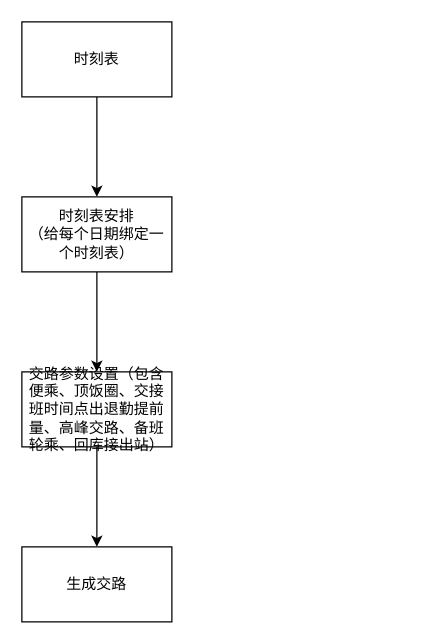
The draw.io diagram 乘务系统.drawio in aspojo/diagrams, before the edit. Source tidied: cells renumbered, new cells numbered last; positions are measured from the earlier drawing's top-left corner, leaving out a move shared by most shapes. Both pictures are drawn from the tidied source at 125%, with x=0, y=0 at pixel (21, 21).
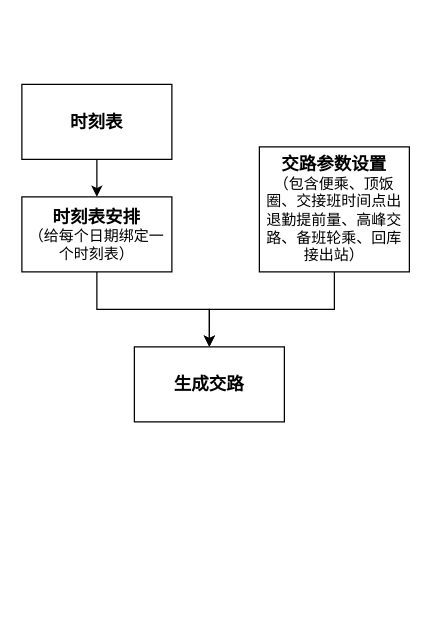
Above is the later version.

Commit message (it also covers changes not shown here):
更新乘务系统.drawio

Diff of the diagram source:
```diff
@@
 <mxGraphModel>
   <root>
     <mxCell id="0" />
     <mxCell id="1" parent="0" />
     <mxCell id="2" style="edgeStyle=orthogonalEdgeStyle;rounded=0;jettySize=auto;html=1;" parent="1" edge="1" source="3" target="5">
       <mxGeometry relative="1" as="geometry" />
     </mxCell>
-    <mxCell id="3" value="时刻表" style="rounded=0;whiteSpace=wrap;html=1;" parent="1" vertex="1">
-      <mxGeometry width="120" height="60" as="geometry" />
+    <mxCell id="3" value="时刻表" style="rounded=0;whiteSpace=wrap;html=1;fontSize=14;fontStyle=1;" parent="1" vertex="1">
+      <mxGeometry y="50" width="120" height="60" as="geometry" />
     </mxCell>
-    <mxCell id="4" style="edgeStyle=orthogonalEdgeStyle;rounded=0;jettySize=auto;html=1;" parent="1" edge="1" source="5" target="7">
+    <mxCell id="4" style="edgeStyle=orthogonalEdgeStyle;rounded=0;jettySize=auto;html=1;" parent="1" edge="1" source="5" target="8">
       <mxGeometry relative="1" as="geometry" />
     </mxCell>
-    <mxCell id="5" value="时刻表安排&lt;div&gt;（给每个日期绑定一个时刻表）&lt;/div&gt;" style="rounded=0;whiteSpace=wrap;html=1;" parent="1" vertex="1">
+    <mxCell id="5" value="&lt;b&gt;&lt;font style=&quot;font-size: 14px;&quot;&gt;时刻表安排&lt;/font&gt;&lt;/b&gt;&lt;div&gt;（给每个日期绑定一个时刻表）&lt;/div&gt;" style="rounded=0;whiteSpace=wrap;html=1;" parent="1" vertex="1">
       <mxGeometry y="140" width="120" height="60" as="geometry" />
     </mxCell>
-    <mxCell id="6" style="edgeStyle=orthogonalEdgeStyle;rounded=0;jettySize=auto;html=1;" parent="1" edge="1" source="7" target="8">
+    <mxCell id="6" style="edgeStyle=orthogonalEdgeStyle;rounded=0;jettySize=auto;html=1;exitX=0.5;exitY=1;exitDx=0;exitDy=0;" parent="1" edge="1" source="7" target="8">
       <mxGeometry relative="1" as="geometry" />
     </mxCell>
-    <mxCell id="7" value="交路参数设置（包含便乘、顶饭圈、交接班时间点出退勤提前量、高峰交路、备班轮乘、回库接出站）" style="rounded=0;whiteSpace=wrap;html=1;" parent="1" vertex="1">
-      <mxGeometry y="280" width="120" height="60" as="geometry" />
+    <mxCell id="7" value="&lt;b&gt;&lt;font style=&quot;font-size: 14px;&quot;&gt;交路参数设置&lt;/font&gt;&lt;/b&gt;&lt;div&gt;（包含便乘、顶饭圈、交接班时间点出退勤提前量、高峰交路、备班轮乘、回库接出站）&lt;/div&gt;" style="rounded=0;whiteSpace=wrap;html=1;" parent="1" vertex="1">
+      <mxGeometry x="190" y="100" width="120" height="100" as="geometry" />
     </mxCell>
-    <mxCell id="8" value="生成交路" style="rounded=0;whiteSpace=wrap;html=1;" parent="1" vertex="1">
-      <mxGeometry y="420" width="120" height="60" as="geometry" />
+    <mxCell id="8" value="生成交路" style="rounded=0;whiteSpace=wrap;html=1;fontStyle=1;fontSize=14;" parent="1" vertex="1">
+      <mxGeometry x="90" y="260" width="120" height="60" as="geometry" />
     </mxCell>
   </root>
 </mxGraphModel>
```
